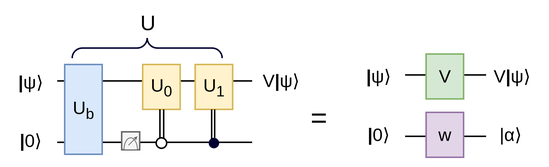
This is images/cdyn1.svg from BQSKit/bqskit-tutorial, a draw.io export, as it was before one commit. Source tidied: cells renumbered, new cells last; positions are measured from the earlier drawing's top-left corner, leaving out a move shared by most shapes.
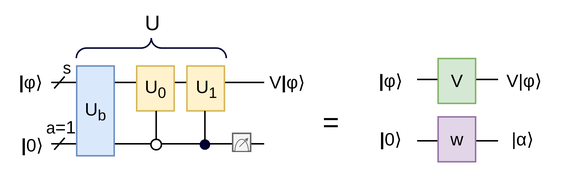
After the change.

Diff of the diagram source:
```diff
@@ -20,110 +20,119 @@
         <mxPoint x="287.5" y="117" as="targetPoint" />
       </mxGeometry>
     </mxCell>
-    <mxCell id="5" value="&lt;span lang=&quot;en&quot; class=&quot;BxUVEf ILfuVd&quot;&gt;&lt;span class=&quot;hgKElc&quot;&gt;&lt;span&gt;&lt;span&gt;&lt;b&gt;|&lt;/b&gt;&lt;span tabindex=&quot;0&quot; role=&quot;tooltip&quot;&gt;&lt;span tabindex=&quot;0&quot; role=&quot;button&quot; class=&quot;c5aZPb&quot;&gt;&lt;span class=&quot;JPfdse&quot;&gt;ψ&lt;/span&gt;&lt;/span&gt;&lt;/span&gt;⟩&lt;/span&gt;&lt;/span&gt;&lt;/span&gt;&lt;/span&gt;" style="text;html=1;align=center;verticalAlign=middle;strokeColor=none;fillColor=none;" parent="1" vertex="1">
+    <mxCell id="5" value="&lt;span lang=&quot;en&quot; class=&quot;BxUVEf ILfuVd&quot;&gt;&lt;span class=&quot;hgKElc&quot;&gt;&lt;b&gt;|&lt;/b&gt;&lt;/span&gt;&lt;/span&gt;φ&lt;span lang=&quot;en&quot; class=&quot;BxUVEf ILfuVd&quot;&gt;⟩&lt;/span&gt;" style="text;html=1;align=center;verticalAlign=middle;strokeColor=none;fillColor=none;" parent="1" vertex="1">
       <mxGeometry x="232" y="54" width="40" height="30" as="geometry" />
     </mxCell>
     <mxCell id="6" value="&lt;span lang=&quot;en&quot; class=&quot;BxUVEf ILfuVd&quot;&gt;&lt;span class=&quot;hgKElc&quot;&gt;&lt;span&gt;&lt;span&gt;&lt;b&gt;|&lt;/b&gt;&lt;span tabindex=&quot;0&quot; role=&quot;tooltip&quot;&gt;&lt;span tabindex=&quot;0&quot; role=&quot;button&quot; class=&quot;c5aZPb&quot;&gt;&lt;span class=&quot;JPfdse&quot;&gt;0&lt;/span&gt;&lt;/span&gt;&lt;/span&gt;⟩&lt;/span&gt;&lt;/span&gt;&lt;/span&gt;&lt;/span&gt;" style="text;html=1;align=center;verticalAlign=middle;strokeColor=none;fillColor=none;" parent="1" vertex="1">
       <mxGeometry x="232" y="93" width="40" height="30" as="geometry" />
     </mxCell>
-    <mxCell id="7" value="&lt;span lang=&quot;en&quot; class=&quot;BxUVEf ILfuVd&quot;&gt;&lt;span class=&quot;hgKElc&quot;&gt;&lt;span&gt;&lt;span&gt;V&lt;b&gt;|&lt;/b&gt;&lt;span tabindex=&quot;0&quot; role=&quot;tooltip&quot;&gt;&lt;span tabindex=&quot;0&quot; role=&quot;button&quot; class=&quot;c5aZPb&quot;&gt;&lt;span class=&quot;JPfdse&quot;&gt;ψ&lt;/span&gt;&lt;/span&gt;&lt;/span&gt;⟩&lt;/span&gt;&lt;/span&gt;&lt;/span&gt;&lt;/span&gt;" style="text;html=1;align=center;verticalAlign=middle;strokeColor=none;fillColor=none;" parent="1" vertex="1">
+    <mxCell id="7" value="&lt;span lang=&quot;en&quot; class=&quot;BxUVEf ILfuVd&quot;&gt;&lt;span class=&quot;hgKElc&quot;&gt;V|&lt;/span&gt;&lt;/span&gt;φ&lt;span lang=&quot;en&quot; class=&quot;BxUVEf ILfuVd&quot;&gt;⟩&lt;/span&gt;" style="text;html=1;align=center;verticalAlign=middle;strokeColor=none;fillColor=none;" parent="1" vertex="1">
       <mxGeometry x="316" y="54" width="50" height="30" as="geometry" />
     </mxCell>
     <mxCell id="8" value="V" style="rounded=0;whiteSpace=wrap;html=1;fillColor=#d5e8d4;strokeColor=#82b366;" parent="1" vertex="1">
       <mxGeometry x="284" y="54" width="25" height="30" as="geometry" />
     </mxCell>
-    <mxCell id="9" style="endArrow=none;html=1;rounded=0;fontSize=6;fontColor=#FF0000;" parent="1" edge="1">
-      <mxGeometry relative="1" as="geometry">
-        <mxPoint x="38" y="72" as="sourcePoint" />
-        <mxPoint x="168" y="72" as="targetPoint" />
-      </mxGeometry>
+    <mxCell id="9" value="w" style="rounded=0;whiteSpace=wrap;html=1;fillColor=#e1d5e7;strokeColor=#9673a6;" parent="1" vertex="1">
+      <mxGeometry x="284" y="93" width="25" height="30" as="geometry" />
     </mxCell>
-    <mxCell id="10" style="endArrow=none;html=1;rounded=0;fontSize=6;fontColor=#FF0000;endSize=8;" parent="1" edge="1">
-      <mxGeometry relative="1" as="geometry">
-        <mxPoint x="38" y="113" as="sourcePoint" />
-        <mxPoint x="168" y="113" as="targetPoint" />
-      </mxGeometry>
+    <mxCell id="10" value="&lt;span lang=&quot;en&quot; class=&quot;BxUVEf ILfuVd&quot;&gt;&lt;span class=&quot;hgKElc&quot;&gt;&lt;span&gt;&lt;span&gt;|&lt;/span&gt;&lt;/span&gt;α&lt;span&gt;&lt;span&gt;⟩&lt;/span&gt;&lt;/span&gt;&lt;/span&gt;&lt;/span&gt;" style="text;html=1;align=center;verticalAlign=middle;strokeColor=none;fillColor=none;" parent="1" vertex="1">
+      <mxGeometry x="320" y="93" width="40" height="30" as="geometry" />
     </mxCell>
-    <mxCell id="11" value="U&lt;sub&gt;b&lt;/sub&gt;" style="rounded=0;whiteSpace=wrap;html=1;fillColor=#dae8fc;strokeColor=#6c8ebf;" parent="1" vertex="1">
-      <mxGeometry x="43" y="61" width="25" height="60" as="geometry" />
+    <mxCell id="11" value="&lt;font style=&quot;font-size: 19px;&quot;&gt;=&lt;/font&gt;" style="text;html=1;align=center;verticalAlign=middle;points=[];strokeColor=none;fillColor=none;" parent="1" vertex="1">
+      <mxGeometry x="197" y="77" width="30" height="40" as="geometry" />
     </mxCell>
-    <mxCell id="12" style="edgeStyle=orthogonalEdgeStyle;rounded=0;orthogonalLoop=1;jettySize=auto;html=1;exitX=0.5;exitY=1;exitDx=0;exitDy=0;" parent="1" edge="1" source="11" target="11">
-      <mxGeometry relative="1" as="geometry" />
+    <mxCell id="12" style="endArrow=none;html=1;rounded=0;fontSize=6;fontColor=#FF0000;targetPerimeterSpacing=-2;" parent="1" edge="1">
+      <mxGeometry relative="1" as="geometry">
+        <mxPoint x="26" y="70" as="sourcePoint" />
+        <mxPoint x="168" y="70" as="targetPoint" />
+      </mxGeometry>
     </mxCell>
-    <mxCell id="13" style="group;" parent="1" vertex="1">
-      <mxGeometry x="81" y="106" width="12" height="12" as="geometry" />
+    <mxCell id="13" style="endArrow=none;html=1;rounded=0;fontSize=6;fontColor=#FF0000;endSize=8;" parent="1" edge="1">
+      <mxGeometry relative="1" as="geometry">
+        <mxPoint x="26" y="111" as="sourcePoint" />
+        <mxPoint x="168" y="111" as="targetPoint" />
+      </mxGeometry>
     </mxCell>
-    <mxCell id="14" style="rounded=0;whiteSpace=wrap;html=1;fillColor=#f5f5f5;strokeColor=#666666;fontColor=#333333;" parent="13" vertex="1">
-      <mxGeometry width="12" height="12" as="geometry" />
+    <mxCell id="14" value="U&lt;sub&gt;b&lt;/sub&gt;" style="rounded=0;whiteSpace=wrap;html=1;fillColor=#dae8fc;strokeColor=#6c8ebf;" parent="1" vertex="1">
+      <mxGeometry x="43" y="59" width="25" height="60" as="geometry" />
     </mxCell>
-    <mxCell id="15" style="verticalLabelPosition=bottom;verticalAlign=top;html=1;shape=mxgraph.basic.half_circle;rotation=-180;fillColor=#f5f5f5;fontColor=#333333;strokeColor=#666666;strokeWidth=0.5;" parent="13" vertex="1">
-      <mxGeometry x="1.5" y="4" width="9" height="8" as="geometry" />
+    <mxCell id="15" style="edgeStyle=orthogonalEdgeStyle;rounded=0;orthogonalLoop=1;jettySize=auto;html=1;exitX=0.5;exitY=1;exitDx=0;exitDy=0;" parent="1" edge="1">
+      <mxGeometry relative="1" as="geometry">
+        <mxPoint x="55.5" y="120" as="sourcePoint" />
+        <mxPoint x="55.5" y="120" as="targetPoint" />
+      </mxGeometry>
     </mxCell>
-    <mxCell id="16" style="endArrow=classic;html=1;rounded=0;fillColor=#f5f5f5;strokeColor=#666666;strokeWidth=0.5;endSize=1;" parent="13" edge="1">
-      <mxGeometry relative="1" as="geometry">
-        <mxPoint x="4.5" y="9" as="sourcePoint" />
-        <mxPoint x="10.5" y="3" as="targetPoint" />
-      </mxGeometry>
+    <mxCell id="16" style="group;" parent="1" vertex="1">
+      <mxGeometry x="147" y="104" width="12" height="12" as="geometry" />
     </mxCell>
-    <mxCell id="17" value="U&lt;sub&gt;0&lt;/sub&gt;" style="rounded=0;whiteSpace=wrap;html=1;fillColor=#fff2cc;strokeColor=#d6b656;" parent="1" vertex="1">
-      <mxGeometry x="95" y="61" width="25" height="30" as="geometry" />
+    <mxCell id="17" style="rounded=0;whiteSpace=wrap;html=1;fillColor=#f5f5f5;strokeColor=#666666;fontColor=#333333;" parent="16" vertex="1">
+      <mxGeometry width="12" height="12" as="geometry" />
     </mxCell>
-    <mxCell id="18" value="&lt;span lang=&quot;en&quot; class=&quot;BxUVEf ILfuVd&quot;&gt;&lt;span class=&quot;hgKElc&quot;&gt;&lt;span&gt;&lt;span&gt;&lt;b&gt;|&lt;/b&gt;&lt;span tabindex=&quot;0&quot; role=&quot;tooltip&quot;&gt;&lt;span tabindex=&quot;0&quot; role=&quot;button&quot; class=&quot;c5aZPb&quot;&gt;&lt;span class=&quot;JPfdse&quot;&gt;ψ&lt;/span&gt;&lt;/span&gt;&lt;/span&gt;⟩&lt;/span&gt;&lt;/span&gt;&lt;/span&gt;&lt;/span&gt;" style="text;html=1;align=center;verticalAlign=middle;strokeColor=none;fillColor=none;" parent="1" vertex="1">
-      <mxGeometry y="58" width="40" height="30" as="geometry" />
+    <mxCell id="18" style="verticalLabelPosition=bottom;verticalAlign=top;html=1;shape=mxgraph.basic.half_circle;rotation=-180;fillColor=#f5f5f5;fontColor=#333333;strokeColor=#666666;strokeWidth=0.5;" parent="16" vertex="1">
+      <mxGeometry x="1.5" y="4" width="9" height="8" as="geometry" />
     </mxCell>
-    <mxCell id="19" value="U&lt;sub&gt;1&lt;/sub&gt;" style="rounded=0;whiteSpace=wrap;html=1;fillColor=#fff2cc;strokeColor=#d6b656;" parent="1" vertex="1">
-      <mxGeometry x="130" y="61" width="25" height="30" as="geometry" />
+    <mxCell id="19" style="endArrow=classic;html=1;rounded=0;fillColor=#f5f5f5;strokeColor=#666666;strokeWidth=0.5;endSize=1;" parent="16" edge="1">
+      <mxGeometry relative="1" as="geometry">
+        <mxPoint x="4.5" y="9" as="sourcePoint" />
+        <mxPoint x="10.5" y="3" as="targetPoint" />
+      </mxGeometry>
     </mxCell>
-    <mxCell id="20" value="&lt;span lang=&quot;en&quot; class=&quot;BxUVEf ILfuVd&quot;&gt;&lt;span class=&quot;hgKElc&quot;&gt;&lt;span&gt;&lt;span&gt;&lt;b&gt;|&lt;/b&gt;&lt;span tabindex=&quot;0&quot; role=&quot;tooltip&quot;&gt;&lt;span tabindex=&quot;0&quot; role=&quot;button&quot; class=&quot;c5aZPb&quot;&gt;&lt;span class=&quot;JPfdse&quot;&gt;0&lt;/span&gt;&lt;/span&gt;&lt;/span&gt;⟩&lt;/span&gt;&lt;/span&gt;&lt;/span&gt;&lt;/span&gt;" style="text;html=1;align=center;verticalAlign=middle;strokeColor=none;fillColor=none;" parent="1" vertex="1">
-      <mxGeometry y="97" width="40" height="30" as="geometry" />
+    <mxCell id="20" value="&lt;span lang=&quot;en&quot; class=&quot;BxUVEf ILfuVd&quot;&gt;&lt;span class=&quot;hgKElc&quot;&gt;&lt;span&gt;&lt;span&gt;&lt;b&gt;|&lt;/b&gt;&lt;/span&gt;&lt;/span&gt;&lt;/span&gt;&lt;/span&gt;φ&lt;span lang=&quot;en&quot; class=&quot;BxUVEf ILfuVd&quot;&gt;&lt;span class=&quot;hgKElc&quot;&gt;&lt;span&gt;&lt;span&gt;⟩&lt;/span&gt;&lt;/span&gt;&lt;/span&gt;&lt;/span&gt;" style="text;html=1;align=center;verticalAlign=middle;strokeColor=none;fillColor=none;" parent="1" vertex="1">
+      <mxGeometry x="-8" y="55" width="40" height="30" as="geometry" />
     </mxCell>
-    <mxCell id="21" value="&lt;span lang=&quot;en&quot; class=&quot;BxUVEf ILfuVd&quot;&gt;&lt;span class=&quot;hgKElc&quot;&gt;&lt;span&gt;&lt;span&gt;V&lt;b&gt;|&lt;/b&gt;&lt;span tabindex=&quot;0&quot; role=&quot;tooltip&quot;&gt;&lt;span tabindex=&quot;0&quot; role=&quot;button&quot; class=&quot;c5aZPb&quot;&gt;&lt;span class=&quot;JPfdse&quot;&gt;ψ&lt;/span&gt;&lt;/span&gt;&lt;/span&gt;⟩&lt;/span&gt;&lt;/span&gt;&lt;/span&gt;&lt;/span&gt;" style="text;html=1;align=center;verticalAlign=middle;strokeColor=none;fillColor=none;" parent="1" vertex="1">
-      <mxGeometry x="162" y="57" width="50" height="30" as="geometry" />
+    <mxCell id="21" value="&lt;span lang=&quot;en&quot; class=&quot;BxUVEf ILfuVd&quot;&gt;&lt;span class=&quot;hgKElc&quot;&gt;&lt;span&gt;&lt;span&gt;&lt;b&gt;|&lt;/b&gt;&lt;span tabindex=&quot;0&quot; role=&quot;tooltip&quot;&gt;&lt;span tabindex=&quot;0&quot; role=&quot;button&quot; class=&quot;c5aZPb&quot;&gt;&lt;span class=&quot;JPfdse&quot;&gt;0&lt;/span&gt;&lt;/span&gt;&lt;/span&gt;⟩&lt;/span&gt;&lt;/span&gt;&lt;/span&gt;&lt;/span&gt;" style="text;html=1;align=center;verticalAlign=middle;strokeColor=none;fillColor=none;" parent="1" vertex="1">
+      <mxGeometry x="-7" y="97" width="40" height="30" as="geometry" />
     </mxCell>
-    <mxCell id="22" style="ellipse;whiteSpace=wrap;html=1;fontSize=12;" parent="1" vertex="1">
-      <mxGeometry x="104" y="110" width="7" height="7" as="geometry" />
+    <mxCell id="22" style="endArrow=none;html=1;rounded=0;" parent="1" edge="1">
+      <mxGeometry relative="1" as="geometry">
+        <mxPoint x="28" y="74" as="sourcePoint" />
+        <mxPoint x="35" y="66" as="targetPoint" />
+      </mxGeometry>
     </mxCell>
-    <mxCell id="23" style="endArrow=none;html=1;rounded=0;exitX=0.5;exitY=0;exitDx=0;exitDy=0;entryX=0.5;entryY=1;entryDx=0;entryDy=0;" parent="1" edge="1">
+    <mxCell id="23" style="endArrow=none;html=1;rounded=0;" parent="1" edge="1">
       <mxGeometry relative="1" as="geometry">
-        <mxPoint x="106.5" y="110" as="sourcePoint" />
-        <mxPoint x="106.5" y="91" as="targetPoint" />
+        <mxPoint x="28" y="115" as="sourcePoint" />
+        <mxPoint x="35" y="107" as="targetPoint" />
       </mxGeometry>
     </mxCell>
-    <mxCell id="24" style="ellipse;whiteSpace=wrap;html=1;fontSize=12;fillColor=#000033;strokeWidth=0;" parent="1" vertex="1">
-      <mxGeometry x="139" y="110" width="7" height="7" as="geometry" />
+    <mxCell id="24" value="&lt;font style=&quot;font-size: 11px;&quot;&gt;s&lt;/font&gt;" style="text;html=1;align=center;verticalAlign=middle;strokeColor=none;fillColor=none;" parent="1" vertex="1">
+      <mxGeometry x="21" y="45" width="30" height="30" as="geometry" />
     </mxCell>
-    <mxCell id="25" style="endArrow=none;html=1;rounded=0;exitX=0.5;exitY=0;exitDx=0;exitDy=0;entryX=0.5;entryY=1;entryDx=0;entryDy=0;endSize=6;" parent="1" edge="1">
-      <mxGeometry relative="1" as="geometry">
-        <mxPoint x="141" y="111" as="sourcePoint" />
-        <mxPoint x="141" y="91" as="targetPoint" />
-      </mxGeometry>
+    <mxCell id="25" value="&lt;span lang=&quot;en&quot; class=&quot;BxUVEf ILfuVd&quot;&gt;&lt;span class=&quot;hgKElc&quot;&gt;&lt;span&gt;&lt;span&gt;V&lt;b&gt;|&lt;/b&gt;&lt;/span&gt;&lt;/span&gt;&lt;/span&gt;&lt;/span&gt;φ&lt;span lang=&quot;en&quot; class=&quot;BxUVEf ILfuVd&quot;&gt;&lt;span class=&quot;hgKElc&quot;&gt;&lt;span&gt;&lt;span&gt;⟩&lt;/span&gt;&lt;/span&gt;&lt;/span&gt;&lt;/span&gt;" style="text;html=1;align=center;verticalAlign=middle;strokeColor=none;fillColor=none;" parent="1" vertex="1">
+      <mxGeometry x="158" y="55" width="50" height="30" as="geometry" />
     </mxCell>
-    <mxCell id="26" style="endArrow=none;html=1;rounded=0;exitX=0.5;exitY=0;exitDx=0;exitDy=0;entryX=0.5;entryY=1;entryDx=0;entryDy=0;" parent="1" edge="1">
-      <mxGeometry relative="1" as="geometry">
-        <mxPoint x="109" y="110" as="sourcePoint" />
-        <mxPoint x="109" y="91" as="targetPoint" />
-      </mxGeometry>
+    <mxCell id="26" style="ellipse;whiteSpace=wrap;html=1;fontSize=12;fillColor=#000033;strokeWidth=0;" parent="1" vertex="1">
+      <mxGeometry x="125" y="108" width="7" height="7" as="geometry" />
     </mxCell>
-    <mxCell id="27" style="endArrow=none;html=1;rounded=0;exitX=0.5;exitY=0;exitDx=0;exitDy=0;entryX=0.5;entryY=1;entryDx=0;entryDy=0;endSize=6;" parent="1" edge="1">
-      <mxGeometry relative="1" as="geometry">
-        <mxPoint x="143" y="110" as="sourcePoint" />
-        <mxPoint x="143" y="91" as="targetPoint" />
-      </mxGeometry>
+    <mxCell id="27" value="U&lt;sub&gt;1&lt;/sub&gt;" style="rounded=0;whiteSpace=wrap;html=1;fillColor=#fff2cc;strokeColor=#d6b656;" parent="1" vertex="1">
+      <mxGeometry x="116.5" y="59" width="25" height="30" as="geometry" />
     </mxCell>
-    <mxCell id="28" style="labelPosition=right;align=left;strokeWidth=1;shape=mxgraph.mockup.markup.curlyBrace;html=1;shadow=0;dashed=0;strokeColor=#000033;direction=north;rotation=90;" parent="1" vertex="1">
-      <mxGeometry x="91.2" width="13.5" height="100" as="geometry" />
+    <mxCell id="28" style="endArrow=none;html=1;rounded=0;exitX=0.5;exitY=0;exitDx=0;exitDy=0;entryX=0.5;entryY=1;entryDx=0;entryDy=0;endSize=6;" parent="1" edge="1">
+      <mxGeometry relative="1" as="geometry">
+        <mxPoint x="128.5" y="109" as="sourcePoint" />
+        <mxPoint x="128.5" y="89" as="targetPoint" />
+      </mxGeometry>
     </mxCell>
-    <mxCell id="29" value="&lt;font style=&quot;font-size: 14px;&quot;&gt;U&lt;/font&gt;" style="text;html=1;align=center;verticalAlign=middle;strokeColor=none;fillColor=none;" parent="1" vertex="1">
-      <mxGeometry x="83" y="18" width="30" height="30" as="geometry" />
+    <mxCell id="29" value="U&lt;sub&gt;0&lt;/sub&gt;" style="rounded=0;whiteSpace=wrap;html=1;fillColor=#fff2cc;strokeColor=#d6b656;" parent="1" vertex="1">
+      <mxGeometry x="83" y="59" width="25" height="30" as="geometry" />
     </mxCell>
-    <mxCell id="30" value="w" style="rounded=0;whiteSpace=wrap;html=1;fillColor=#e1d5e7;strokeColor=#9673a6;" parent="1" vertex="1">
-      <mxGeometry x="284" y="93" width="25" height="30" as="geometry" />
+    <mxCell id="30" style="ellipse;whiteSpace=wrap;html=1;fontSize=12;" parent="1" vertex="1">
+      <mxGeometry x="92.5" y="108" width="7" height="7" as="geometry" />
     </mxCell>
-    <mxCell id="31" value="&lt;span lang=&quot;en&quot; class=&quot;BxUVEf ILfuVd&quot;&gt;&lt;span class=&quot;hgKElc&quot;&gt;&lt;span&gt;&lt;span&gt;|&lt;/span&gt;&lt;/span&gt;α&lt;span&gt;&lt;span&gt;⟩&lt;/span&gt;&lt;/span&gt;&lt;/span&gt;&lt;/span&gt;" style="text;html=1;align=center;verticalAlign=middle;strokeColor=none;fillColor=none;" parent="1" vertex="1">
-      <mxGeometry x="320" y="93" width="40" height="30" as="geometry" />
+    <mxCell id="31" style="endArrow=none;html=1;rounded=0;exitX=0.5;exitY=0;exitDx=0;exitDy=0;entryX=0.5;entryY=1;entryDx=0;entryDy=0;" parent="1" edge="1">
+      <mxGeometry relative="1" as="geometry">
+        <mxPoint x="96" y="108" as="sourcePoint" />
+        <mxPoint x="96" y="89" as="targetPoint" />
+      </mxGeometry>
     </mxCell>
-    <mxCell id="32" value="&lt;font style=&quot;font-size: 19px;&quot;&gt;=&lt;/font&gt;" style="text;html=1;align=center;verticalAlign=middle;strokeColor=none;fillColor=none;" parent="1" vertex="1">
-      <mxGeometry x="197" y="77" width="30" height="40" as="geometry" />
+    <mxCell id="32" style="labelPosition=right;align=left;strokeWidth=1;shape=mxgraph.mockup.markup.curlyBrace;html=1;shadow=0;dashed=0;strokeColor=#000033;direction=north;rotation=90;" parent="1" vertex="1">
+      <mxGeometry x="86" y="-3" width="13.5" height="100" as="geometry" />
     </mxCell>
+    <mxCell id="33" value="&lt;font style=&quot;font-size: 14px;&quot;&gt;U&lt;/font&gt;" style="text;html=1;align=center;verticalAlign=middle;strokeColor=none;fillColor=none;" parent="1" vertex="1">
+      <mxGeometry x="77.8" y="15" width="30" height="30" as="geometry" />
+    </mxCell>
+    <mxCell id="34" value="&lt;font style=&quot;font-size: 11px;&quot;&gt;a&lt;/font&gt;=1" style="text;html=1;align=center;verticalAlign=middle;strokeColor=none;fillColor=none;" parent="1" vertex="1">
+      <mxGeometry x="12" y="85" width="40" height="30" as="geometry" />
+    </mxCell>
   </root>
 </mxGraphModel>
```
